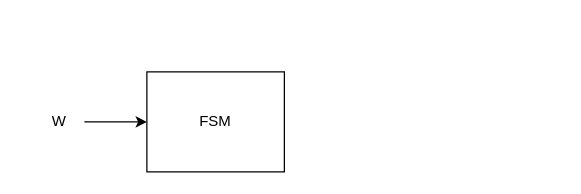
The draw.io diagram Untitled Diagram.drawio in mintygral/STARS-RV32I, before the edit. Source tidied: cells renumbered, new cells numbered last; positions are measured from the earlier drawing's top-left corner, leaving out a move shared by most shapes. Both pictures are drawn from the tidied source at 125%, with x=0, y=0 at pixel (21, 71).
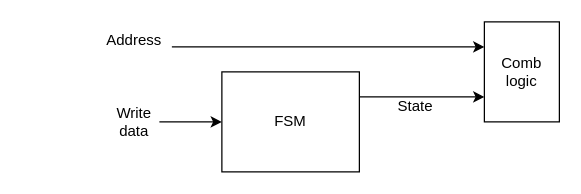
After the change.

What changed in the source:
```diff
@@
 <mxGraphModel>
   <root>
     <mxCell id="0" />
     <mxCell id="1" parent="0" />
     <mxCell id="2" value="FSM" style="rounded=0;whiteSpace=wrap;html=1;" parent="1" vertex="1">
-      <mxGeometry x="100" width="110" height="80" as="geometry" />
+      <mxGeometry x="160" width="110" height="80" as="geometry" />
     </mxCell>
     <mxCell id="3" style="endArrow=classic;html=1;rounded=0;" parent="1" edge="1">
       <mxGeometry relative="1" as="geometry">
-        <mxPoint x="50" y="40" as="sourcePoint" />
-        <mxPoint x="100" y="40" as="targetPoint" />
+        <mxPoint x="110" y="40" as="sourcePoint" />
+        <mxPoint x="160" y="40" as="targetPoint" />
       </mxGeometry>
     </mxCell>
-    <mxCell id="4" value="&lt;p style=&quot;line-height: 120%;&quot;&gt;W&lt;/p&gt;" style="text;html=1;align=center;verticalAlign=middle;whiteSpace=wrap;rounded=0;" parent="1" vertex="1">
-      <mxGeometry y="25" width="60" height="30" as="geometry" />
+    <mxCell id="4" value="&lt;p style=&quot;line-height: 120%;&quot;&gt;Write data&lt;/p&gt;" style="text;html=1;align=center;verticalAlign=middle;whiteSpace=wrap;rounded=0;" parent="1" vertex="1">
+      <mxGeometry x="70" y="25" width="40" height="30" as="geometry" />
     </mxCell>
+    <mxCell id="5" value="&lt;div&gt;Comb&lt;/div&gt;&lt;div&gt;logic&lt;/div&gt;" style="rounded=0;whiteSpace=wrap;html=1;" parent="1" vertex="1">
+      <mxGeometry x="370" y="-40" width="60" height="80" as="geometry" />
+    </mxCell>
+    <mxCell id="6" style="endArrow=classic;html=1;rounded=0;entryX=0;entryY=0.75;entryDx=0;entryDy=0;" parent="1" edge="1" target="5">
+      <mxGeometry relative="1" as="geometry">
+        <mxPoint x="270" y="20" as="sourcePoint" />
+      </mxGeometry>
+    </mxCell>
+    <mxCell id="7" style="endArrow=classic;html=1;rounded=0;entryX=0;entryY=0.25;entryDx=0;entryDy=0;" parent="1" edge="1" target="5">
+      <mxGeometry relative="1" as="geometry">
+        <mxPoint x="120" y="-20" as="sourcePoint" />
+      </mxGeometry>
+    </mxCell>
+    <mxCell id="8" value="Address" style="text;html=1;align=center;verticalAlign=middle;whiteSpace=wrap;rounded=0;" parent="1" vertex="1">
+      <mxGeometry x="60" y="-40" width="60" height="30" as="geometry" />
+    </mxCell>
+    <mxCell id="9" value="State" style="text;html=1;align=center;verticalAlign=middle;whiteSpace=wrap;rounded=0;" parent="1" vertex="1">
+      <mxGeometry x="290" y="15" width="50" height="25" as="geometry" />
+    </mxCell>
   </root>
 </mxGraphModel>
```
